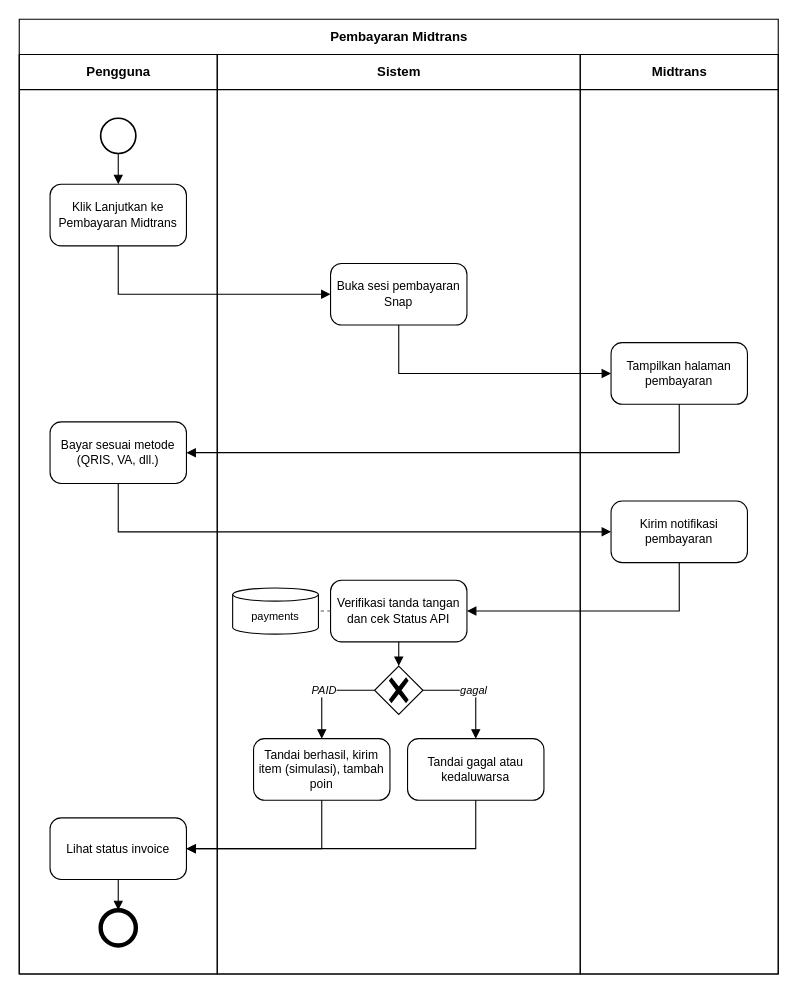
balaqiang/valostock keeps this draw.io diagram as page "F-06 FBPMNPembayaranMidtrans" (8 of 14) of docs/skpl/bpmn/BPMN valostock.drawio. Above is the earlier version. Source tidied: cells renumbered, new cells numbered last; positions are measured from the earlier drawing's top-left corner, leaving out a move shared by most shapes. Both pictures are drawn from the tidied source at 110%, with x=0, y=0 at pixel (19, 19).
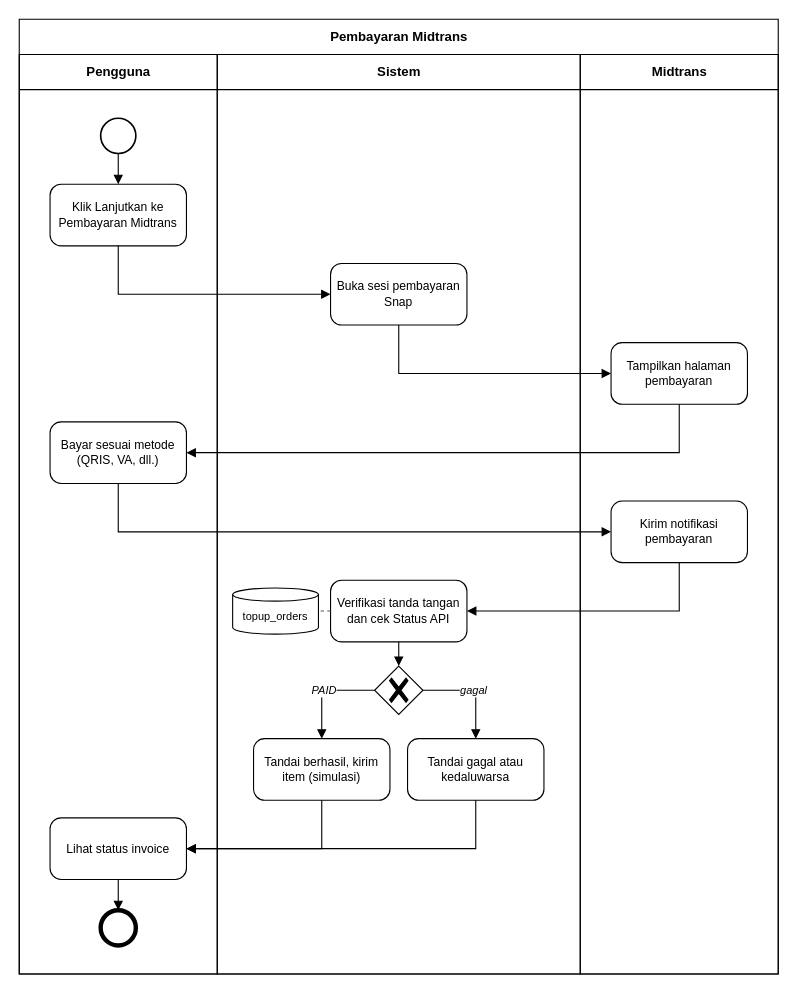
The same diagram, later.

Diff of the diagram source:
```diff
@@
-    <mxCell id="13" value="payments" style="shape=cylinder3;whiteSpace=wrap;html=1;boundedLbl=1;backgroundOutline=1;size=6;fontSize=10;" parent="1" vertex="1">
+    <mxCell id="13" value="topup_orders" style="shape=cylinder3;whiteSpace=wrap;html=1;boundedLbl=1;backgroundOutline=1;size=6;fontSize=10;" parent="1" vertex="1">
       <mxGeometry x="194" y="517" width="78" height="42" as="geometry" />
     </mxCell>
@@
-    <mxCell id="15" value="Tandai berhasil, kirim item (simulasi), tambah poin" style="rounded=1;whiteSpace=wrap;html=1;arcSize=18;fontSize=11;" parent="1" vertex="1">
+    <mxCell id="15" value="Tandai berhasil, kirim item (simulasi)" style="rounded=1;whiteSpace=wrap;html=1;arcSize=18;fontSize=11;" parent="1" vertex="1">
       <mxGeometry x="213" y="654" width="124" height="56" as="geometry" />
     </mxCell>
```
